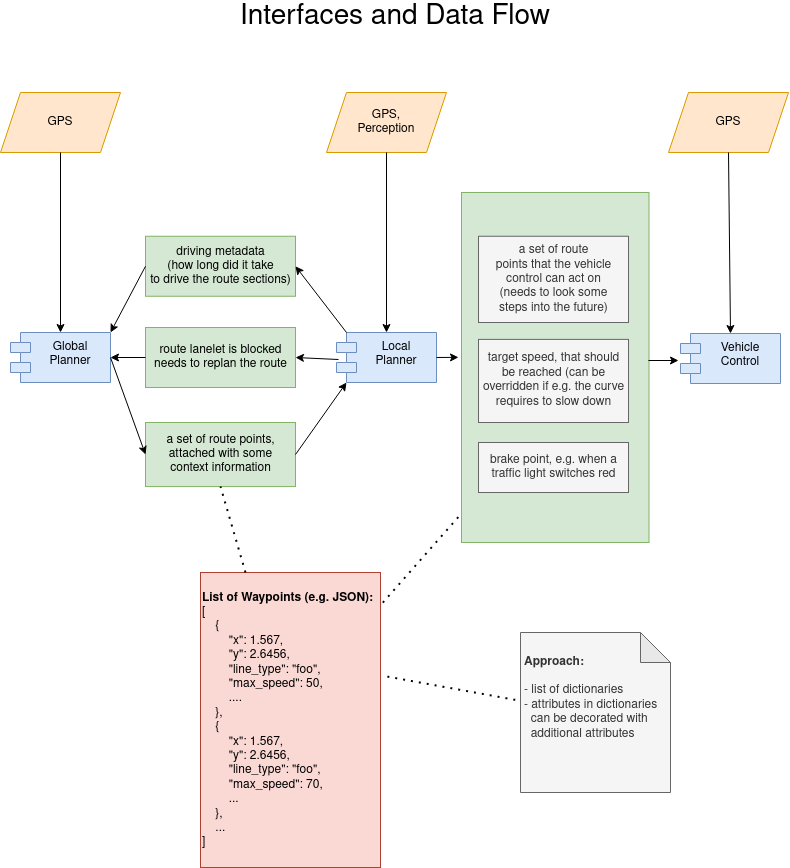
ll7/paf21-1 keeps this draw.io diagram as imgs/interfaces-and-dataflow.png. Above is the earlier version. Source tidied: cells renumbered, new cells last; positions are measured from the earlier drawing's top-left corner, leaving out a move shared by most shapes. Source of this version:
```xml
<mxGraphModel>
  <root>
    <mxCell id="0" />
    <mxCell id="1" parent="0" />
    <mxCell id="2" value="&lt;div&gt;brake point, e.g. when a&lt;br&gt;&lt;/div&gt;&lt;div&gt;traffic light switches red&lt;br&gt;&lt;/div&gt;" style="html=1;align=center;fillColor=#d5e8d4;strokeColor=#82b366;" parent="1" vertex="1">
      <mxGeometry x="461" y="190" width="187.5" height="350" as="geometry" />
    </mxCell>
    <mxCell id="3" value="Global&#10;Planner" style="shape=module;align=left;spacingLeft=20;align=center;verticalAlign=top;fillColor=#dae8fc;strokeColor=#6c8ebf;" parent="1" vertex="1">
      <mxGeometry x="10" y="330" width="100" height="50" as="geometry" />
    </mxCell>
    <mxCell id="4" value="Local&#10;Planner" style="shape=module;align=left;spacingLeft=20;align=center;verticalAlign=top;fillColor=#dae8fc;strokeColor=#6c8ebf;" parent="1" vertex="1">
      <mxGeometry x="336" y="330" width="100" height="50" as="geometry" />
    </mxCell>
    <mxCell id="5" value="Vehicle&#10;Control&#10;" style="shape=module;align=left;spacingLeft=20;align=center;verticalAlign=top;fillColor=#dae8fc;strokeColor=#6c8ebf;" parent="1" vertex="1">
      <mxGeometry x="680" y="331" width="100" height="50" as="geometry" />
    </mxCell>
    <mxCell id="6" value="&lt;div align=&quot;center&quot;&gt;a set of route points,&lt;/div&gt;&lt;div align=&quot;center&quot;&gt;attached with some&lt;/div&gt;&lt;div align=&quot;center&quot;&gt;context information&lt;/div&gt;" style="html=1;align=center;fillColor=#d5e8d4;strokeColor=#82b366;" parent="1" vertex="1">
      <mxGeometry x="145" y="420" width="150" height="64.1" as="geometry" />
    </mxCell>
    <mxCell id="7" value="&lt;div align=&quot;center&quot;&gt;a set of route&lt;/div&gt;&lt;div align=&quot;center&quot;&gt;points that the vehicle&lt;/div&gt;&lt;div align=&quot;center&quot;&gt;control can act on&lt;/div&gt;&lt;div align=&quot;center&quot;&gt;(needs to look some&lt;/div&gt;&lt;div align=&quot;center&quot;&gt;steps into the future)&lt;br&gt;&lt;/div&gt;" style="html=1;align=center;fillColor=#f5f5f5;fontColor=#333333;strokeColor=#666666;" parent="1" vertex="1">
      <mxGeometry x="478" y="233.8" width="150" height="86.2" as="geometry" />
    </mxCell>
    <mxCell id="8" style="endArrow=classic;html=1;rounded=0;exitX=1;exitY=0.5;exitDx=0;exitDy=0;entryX=0;entryY=0.5;entryDx=0;entryDy=0;" parent="1" edge="1" source="3" target="6">
      <mxGeometry relative="1" as="geometry" />
    </mxCell>
    <mxCell id="9" style="endArrow=classic;html=1;rounded=0;exitX=1;exitY=0.5;exitDx=0;exitDy=0;entryX=0;entryY=1;entryDx=10;entryDy=0;entryPerimeter=0;" parent="1" edge="1" source="6" target="4">
      <mxGeometry relative="1" as="geometry" />
    </mxCell>
    <mxCell id="10" value="&lt;div align=&quot;center&quot;&gt;&lt;b&gt;List of Waypoints (e.g. JSON):&lt;/b&gt;&lt;br&gt;&lt;/div&gt;&lt;div align=&quot;left&quot;&gt;[&lt;/div&gt;&lt;div align=&quot;left&quot;&gt;&amp;nbsp;&amp;nbsp;&amp;nbsp; {&lt;/div&gt;&lt;div align=&quot;left&quot;&gt;&amp;nbsp;&amp;nbsp;&amp;nbsp;&amp;nbsp;&amp;nbsp;&amp;nbsp;&amp;nbsp; &quot;x&quot;: 1.567,&lt;/div&gt;&lt;div align=&quot;left&quot;&gt;&amp;nbsp;&amp;nbsp;&amp;nbsp;&amp;nbsp;&amp;nbsp;&amp;nbsp;&amp;nbsp; &quot;y&quot;: 2.6456,&lt;/div&gt;&lt;div align=&quot;left&quot;&gt;&amp;nbsp;&amp;nbsp;&amp;nbsp;&amp;nbsp;&amp;nbsp;&amp;nbsp;&amp;nbsp; &quot;line_type&quot;: &quot;foo&quot;,&lt;/div&gt;&lt;div align=&quot;left&quot;&gt;&amp;nbsp;&amp;nbsp;&amp;nbsp;&amp;nbsp;&amp;nbsp;&amp;nbsp;&amp;nbsp; &quot;max_speed&quot;: 50,&lt;/div&gt;&lt;div align=&quot;left&quot;&gt;&amp;nbsp;&amp;nbsp;&amp;nbsp;&amp;nbsp;&amp;nbsp;&amp;nbsp;&amp;nbsp; ....&lt;br&gt;&lt;/div&gt;&lt;div align=&quot;left&quot;&gt;&amp;nbsp;&amp;nbsp;&amp;nbsp; },&lt;/div&gt;&lt;div align=&quot;left&quot;&gt;&amp;nbsp;&amp;nbsp;&amp;nbsp; {&lt;div align=&quot;left&quot;&gt;&amp;nbsp;&amp;nbsp;&amp;nbsp;&amp;nbsp;&amp;nbsp;&amp;nbsp;&amp;nbsp; &quot;x&quot;: 1.567,&lt;/div&gt;&lt;div align=&quot;left&quot;&gt;&amp;nbsp;&amp;nbsp;&amp;nbsp;&amp;nbsp;&amp;nbsp;&amp;nbsp;&amp;nbsp; &quot;y&quot;: 2.6456,&lt;/div&gt;&lt;div align=&quot;left&quot;&gt;&amp;nbsp;&amp;nbsp;&amp;nbsp;&amp;nbsp;&amp;nbsp;&amp;nbsp;&amp;nbsp; &quot;line_type&quot;: &quot;foo&quot;,&lt;/div&gt;&lt;div align=&quot;left&quot;&gt;&amp;nbsp;&amp;nbsp;&amp;nbsp;&amp;nbsp;&amp;nbsp;&amp;nbsp;&amp;nbsp; &quot;max_speed&quot;: 70,&lt;/div&gt;&lt;div align=&quot;left&quot;&gt;&amp;nbsp;&amp;nbsp;&amp;nbsp;&amp;nbsp;&amp;nbsp;&amp;nbsp;&amp;nbsp; ...&lt;br&gt;&lt;/div&gt;&lt;div align=&quot;left&quot;&gt;&amp;nbsp;&amp;nbsp;&amp;nbsp; },&lt;/div&gt;&lt;div align=&quot;left&quot;&gt;&amp;nbsp;&amp;nbsp;&amp;nbsp; ...&lt;br&gt;&lt;/div&gt;&lt;/div&gt;&lt;div align=&quot;left&quot;&gt;]&lt;br&gt;&lt;/div&gt;" style="html=1;align=left;fillColor=#fad9d5;strokeColor=#ae4132;" parent="1" vertex="1">
      <mxGeometry x="200" y="570" width="180" height="295" as="geometry" />
    </mxCell>
    <mxCell id="11" value="&lt;div&gt;route lanelet is blocked&lt;/div&gt;&lt;div&gt;needs to replan the route&lt;br&gt;&lt;/div&gt;" style="html=1;align=center;fillColor=#d5e8d4;strokeColor=#82b366;" parent="1" vertex="1">
      <mxGeometry x="145" y="325" width="150" height="60" as="geometry" />
    </mxCell>
    <mxCell id="12" style="endArrow=classic;html=1;rounded=0;entryX=1;entryY=0.5;entryDx=0;entryDy=0;exitX=0.02;exitY=0.54;exitDx=0;exitDy=0;exitPerimeter=0;" parent="1" edge="1" source="4" target="11">
      <mxGeometry relative="1" as="geometry" />
    </mxCell>
    <mxCell id="13" style="endArrow=classic;html=1;rounded=0;entryX=1;entryY=0.5;entryDx=0;entryDy=0;exitX=0;exitY=0.5;exitDx=0;exitDy=0;" parent="1" edge="1" source="11" target="3">
      <mxGeometry relative="1" as="geometry" />
    </mxCell>
    <mxCell id="14" value="&lt;div&gt;driving metadata&lt;/div&gt;&lt;div&gt;(how long did it take&lt;/div&gt;&lt;div&gt;to drive the route sections)&lt;br&gt;&lt;/div&gt;" style="html=1;align=center;fillColor=#d5e8d4;strokeColor=#82b366;" parent="1" vertex="1">
      <mxGeometry x="145" y="233.8" width="150" height="60" as="geometry" />
    </mxCell>
    <mxCell id="15" style="endArrow=classic;html=1;rounded=0;exitX=0;exitY=0;exitDx=10;exitDy=0;entryX=1;entryY=0.5;entryDx=0;entryDy=0;exitPerimeter=0;" parent="1" edge="1" source="4" target="14">
      <mxGeometry relative="1" as="geometry" />
    </mxCell>
    <mxCell id="16" style="endArrow=classic;html=1;rounded=0;exitX=0;exitY=0.5;exitDx=0;exitDy=0;entryX=1;entryY=0;entryDx=0;entryDy=0;" parent="1" edge="1" source="14" target="3">
      <mxGeometry relative="1" as="geometry" />
    </mxCell>
    <mxCell id="17" value="&lt;div&gt;target speed, that should&lt;/div&gt;&lt;div&gt;be reached (can be&lt;/div&gt;&lt;div&gt;overridden if e.g. the curve&lt;/div&gt;&lt;div&gt;requires to slow down&lt;br&gt;&lt;/div&gt;" style="html=1;align=center;fillColor=#f5f5f5;fontColor=#333333;strokeColor=#666666;" parent="1" vertex="1">
      <mxGeometry x="478" y="336.9" width="150" height="83.1" as="geometry" />
    </mxCell>
    <mxCell id="18" value="&lt;div&gt;brake point, e.g. when a&lt;br&gt;&lt;/div&gt;&lt;div&gt;traffic light switches red&lt;br&gt;&lt;/div&gt;" style="html=1;align=center;fillColor=#f5f5f5;fontColor=#333333;strokeColor=#666666;" parent="1" vertex="1">
      <mxGeometry x="478" y="440" width="150" height="50" as="geometry" />
    </mxCell>
    <mxCell id="19" style="endArrow=classic;html=1;rounded=0;exitX=1;exitY=0.5;exitDx=0;exitDy=0;entryX=-0.016;entryY=0.471;entryDx=0;entryDy=0;entryPerimeter=0;" parent="1" edge="1" source="4" target="2">
      <mxGeometry relative="1" as="geometry" />
    </mxCell>
    <mxCell id="20" style="endArrow=classic;html=1;rounded=0;exitX=0.997;exitY=0.48;exitDx=0;exitDy=0;entryX=-0.02;entryY=0.54;entryDx=0;entryDy=0;exitPerimeter=0;entryPerimeter=0;" parent="1" edge="1" source="2" target="5">
      <mxGeometry relative="1" as="geometry" />
    </mxCell>
    <mxCell id="21" style="endArrow=none;dashed=1;html=1;dashPattern=1 3;strokeWidth=2;rounded=0;exitX=1.013;exitY=0.102;exitDx=0;exitDy=0;exitPerimeter=0;entryX=0;entryY=0.917;entryDx=0;entryDy=0;entryPerimeter=0;" parent="1" edge="1" source="10" target="2">
      <mxGeometry relative="1" as="geometry" />
    </mxCell>
    <mxCell id="22" style="endArrow=none;dashed=1;html=1;dashPattern=1 3;strokeWidth=2;rounded=0;exitX=0.25;exitY=0;exitDx=0;exitDy=0;entryX=0.5;entryY=1;entryDx=0;entryDy=0;" parent="1" edge="1" source="10" target="6">
      <mxGeometry relative="1" as="geometry" />
    </mxCell>
    <mxCell id="23" value="&lt;font style=&quot;font-size: 28px&quot;&gt;Interfaces and Data Flow&lt;/font&gt;" style="text;html=1;strokeColor=none;fillColor=none;align=center;verticalAlign=middle;whiteSpace=wrap;rounded=0;" parent="1" vertex="1">
      <mxGeometry x="220" width="350" height="30" as="geometry" />
    </mxCell>
    <mxCell id="24" value="&lt;div style=&quot;font-size: 12px&quot; align=&quot;left&quot;&gt;&lt;font style=&quot;font-size: 12px&quot;&gt;&lt;b&gt;Approach:&lt;/b&gt;&lt;/font&gt;&lt;/div&gt;&lt;div style=&quot;font-size: 12px&quot; align=&quot;left&quot;&gt;&lt;font style=&quot;font-size: 12px&quot;&gt;&lt;br&gt;&lt;/font&gt;&lt;/div&gt;&lt;div style=&quot;font-size: 12px&quot; align=&quot;left&quot;&gt;&lt;font style=&quot;font-size: 12px&quot;&gt;- list of dictionaries&lt;/font&gt;&lt;/div&gt;&lt;div style=&quot;font-size: 12px&quot; align=&quot;left&quot;&gt;&lt;font style=&quot;font-size: 12px&quot;&gt;- attributes in dictionaries&lt;br&gt;&amp;nbsp; can be decorated with&lt;/font&gt;&lt;/div&gt;&lt;div style=&quot;font-size: 12px&quot; align=&quot;left&quot;&gt;&lt;font style=&quot;font-size: 12px&quot;&gt;&amp;nbsp; additional attributes&lt;br&gt;&lt;/font&gt;&lt;/div&gt;&lt;div style=&quot;font-size: 12px&quot;&gt;&lt;font style=&quot;font-size: 12px&quot;&gt;&lt;br&gt;&lt;br&gt;&lt;/font&gt;&lt;/div&gt;" style="shape=note;whiteSpace=wrap;html=1;backgroundOutline=1;darkOpacity=0.05;fontSize=28;align=left;spacingLeft=2;fillColor=#f5f5f5;fontColor=#333333;strokeColor=#666666;" parent="1" vertex="1">
      <mxGeometry x="520" y="630" width="150" height="160" as="geometry" />
    </mxCell>
    <mxCell id="25" style="endArrow=none;dashed=1;html=1;dashPattern=1 3;strokeWidth=2;rounded=0;exitX=-0.035;exitY=0.421;exitDx=0;exitDy=0;exitPerimeter=0;entryX=1.012;entryY=0.35;entryDx=0;entryDy=0;entryPerimeter=0;" parent="1" edge="1" source="24" target="10">
      <mxGeometry relative="1" as="geometry" />
    </mxCell>
    <mxCell id="26" value="&lt;div&gt;GPS&lt;/div&gt;" style="shape=parallelogram;perimeter=parallelogramPerimeter;whiteSpace=wrap;html=1;fixedSize=1;fontSize=12;align=center;fillColor=#ffe6cc;strokeColor=#d79b00;" parent="1" vertex="1">
      <mxGeometry y="90" width="120" height="60" as="geometry" />
    </mxCell>
    <mxCell id="27" style="endArrow=classic;html=1;rounded=0;exitX=0.5;exitY=1;exitDx=0;exitDy=0;entryX=0.5;entryY=0;entryDx=0;entryDy=0;" parent="1" edge="1" source="26" target="3">
      <mxGeometry relative="1" as="geometry" />
    </mxCell>
    <mxCell id="28" value="&lt;div&gt;GPS,&lt;/div&gt;&lt;div&gt;Perception&lt;br&gt;&lt;/div&gt;" style="shape=parallelogram;perimeter=parallelogramPerimeter;whiteSpace=wrap;html=1;fixedSize=1;fontSize=12;align=center;fillColor=#ffe6cc;strokeColor=#d79b00;" parent="1" vertex="1">
      <mxGeometry x="326" y="90" width="120" height="60" as="geometry" />
    </mxCell>
    <mxCell id="29" style="endArrow=classic;html=1;rounded=0;exitX=0.5;exitY=1;exitDx=0;exitDy=0;entryX=0.5;entryY=0;entryDx=0;entryDy=0;" parent="1" edge="1" source="28" target="4">
      <mxGeometry relative="1" as="geometry" />
    </mxCell>
    <mxCell id="30" value="&lt;div&gt;GPS&lt;/div&gt;" style="shape=parallelogram;perimeter=parallelogramPerimeter;whiteSpace=wrap;html=1;fixedSize=1;fontSize=12;align=center;fillColor=#ffe6cc;strokeColor=#d79b00;" parent="1" vertex="1">
      <mxGeometry x="668" y="90" width="120" height="60" as="geometry" />
    </mxCell>
    <mxCell id="31" style="endArrow=classic;html=1;rounded=0;exitX=0.5;exitY=1;exitDx=0;exitDy=0;entryX=0.5;entryY=0;entryDx=0;entryDy=0;" parent="1" edge="1" source="30" target="5">
      <mxGeometry relative="1" as="geometry" />
    </mxCell>
  </root>
</mxGraphModel>
```
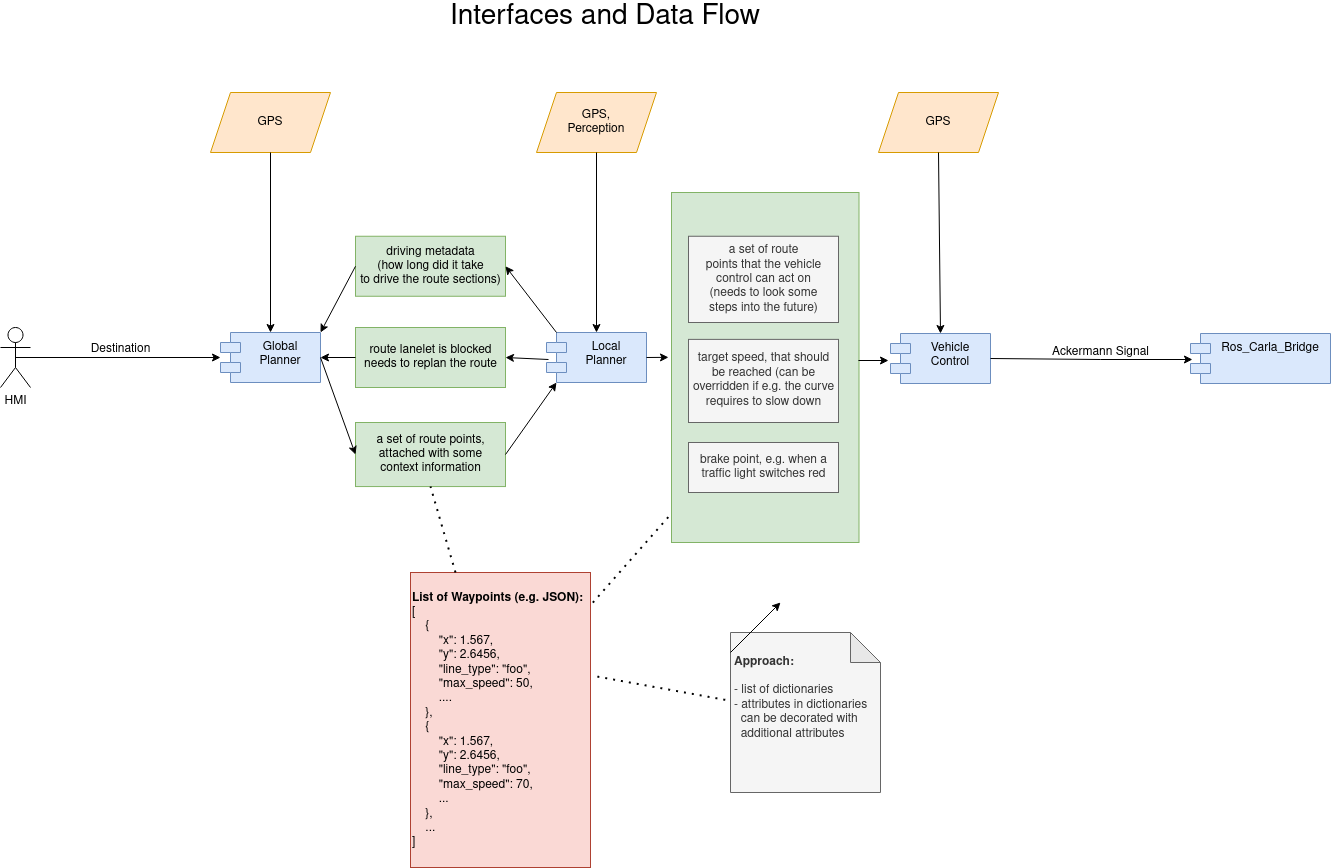
After the commit.

Change to the diagram source:
```diff
@@ -92,5 +92,33 @@
     <mxCell id="31" style="endArrow=classic;html=1;rounded=0;exitX=0.5;exitY=1;exitDx=0;exitDy=0;entryX=0.5;entryY=0;entryDx=0;entryDy=0;" parent="1" edge="1" source="30" target="5">
       <mxGeometry relative="1" as="geometry" />
     </mxCell>
+    <mxCell id="32" style="edgeStyle=orthogonalEdgeStyle;rounded=0;jettySize=auto;html=1;exitX=0.5;exitY=0.5;exitDx=0;exitDy=0;exitPerimeter=0;" parent="1" edge="1" source="33" target="3">
+      <mxGeometry relative="1" as="geometry" />
+    </mxCell>
+    <mxCell id="33" value="HMI" style="shape=umlActor;verticalLabelPosition=bottom;verticalAlign=top;html=1;outlineConnect=0;" parent="1" vertex="1">
+      <mxGeometry x="-210" y="325" width="30" height="60" as="geometry" />
+    </mxCell>
+    <mxCell id="34" style="endArrow=classic;html=1;rounded=0;" parent="1" edge="1">
+      <mxGeometry relative="1" as="geometry">
+        <mxPoint x="520" y="650" as="sourcePoint" />
+        <mxPoint x="570" y="600" as="targetPoint" />
+      </mxGeometry>
+    </mxCell>
+    <mxCell id="35" value="Ros_Carla_Bridge" style="shape=module;align=left;spacingLeft=20;align=center;verticalAlign=top;fillColor=#dae8fc;strokeColor=#6c8ebf;" parent="1" vertex="1">
+      <mxGeometry x="980" y="331" width="140" height="50" as="geometry" />
+    </mxCell>
+    <mxCell id="36" style="endArrow=classic;html=1;rounded=0;exitX=1;exitY=0.5;exitDx=0;exitDy=0;entryX=0.014;entryY=0.52;entryDx=0;entryDy=0;entryPerimeter=0;" parent="1" edge="1" source="5" target="35">
+      <mxGeometry relative="1" as="geometry">
+        <Array as="points">
+          <mxPoint x="890" y="357" />
+        </Array>
+      </mxGeometry>
+    </mxCell>
+    <mxCell id="37" value="Ackermann Signal" style="text;html=1;align=center;verticalAlign=middle;strokeColor=none;fillColor=none;" parent="1" vertex="1">
+      <mxGeometry x="835" y="340" width="110" height="20" as="geometry" />
+    </mxCell>
+    <mxCell id="38" value="Destination" style="text;html=1;align=center;verticalAlign=middle;strokeColor=none;fillColor=none;" parent="1" vertex="1">
+      <mxGeometry x="-130" y="336.9" width="80" height="20" as="geometry" />
+    </mxCell>
   </root>
 </mxGraphModel>
```
